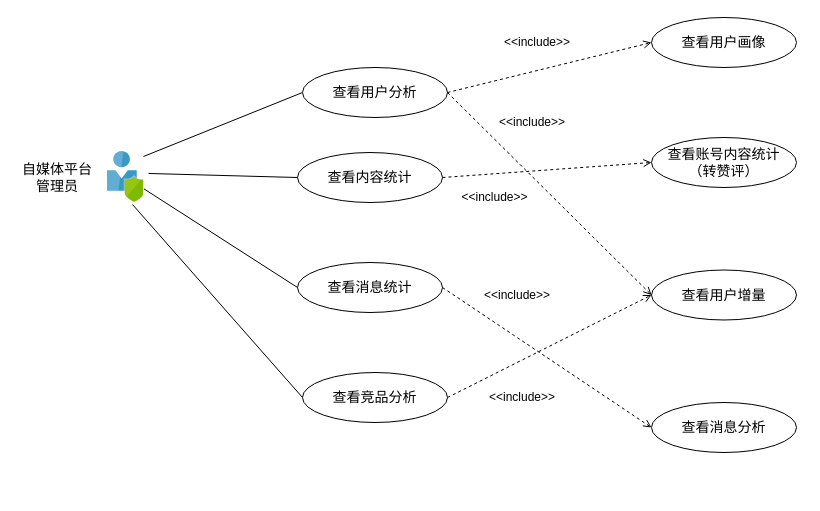
Above: 1-SoftwareRequirements/DataAnalysis/da_usercase.drawio in zan-press/diagram (draw.io), before the change. Source tidied: cells renumbered, new cells numbered last; positions are measured from the earlier drawing's top-left corner, leaving out a move shared by most shapes. Both pictures are drawn from the tidied source at 100%, with x=0, y=0 at pixel (17, 17).
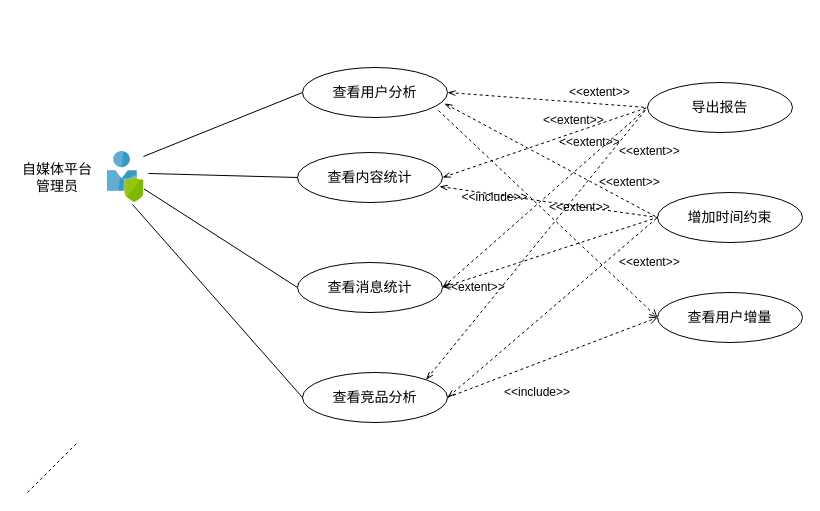
Above is the later version.

The change refers to these unchanged cells:
```xml
<mxCell id="6" value="查看用户分析" style="ellipse;whiteSpace=wrap;html=1;fontFamily=SF Mono;fontSize=14;" parent="1" vertex="1">
  <mxGeometry x="285" y="50" width="145" height="50" as="geometry" />
</mxCell>
<mxCell id="7" value="查看消息统计" style="ellipse;whiteSpace=wrap;html=1;fontFamily=SF Mono;fontSize=14;" parent="1" vertex="1">
  <mxGeometry x="280" y="245" width="145" height="50" as="geometry" />
</mxCell>
<mxCell id="8" value="查看内容统计" style="ellipse;whiteSpace=wrap;html=1;fontFamily=SF Mono;fontSize=14;" parent="1" vertex="1">
  <mxGeometry x="280" y="135" width="145" height="50" as="geometry" />
</mxCell>
<mxCell id="9" value="查看竞品分析" style="ellipse;whiteSpace=wrap;html=1;fontFamily=SF Mono;fontSize=14;" parent="1" vertex="1">
  <mxGeometry x="285" y="355" width="145" height="50" as="geometry" />
</mxCell>
```

What changed in the source:
```diff
@@
     <mxCell id="12" value="查看用户增量" style="ellipse;whiteSpace=wrap;html=1;fontFamily=SF Mono;fontSize=14;" parent="1" vertex="1">
-      <mxGeometry x="634" y="252.5" width="145" height="50" as="geometry" />
+      <mxGeometry x="640" y="275" width="145" height="50" as="geometry" />
     </mxCell>
-    <mxCell id="13" value="查看用户画像" style="ellipse;whiteSpace=wrap;html=1;fontFamily=SF Mono;fontSize=14;" parent="1" vertex="1">
-      <mxGeometry x="634" width="145" height="50" as="geometry" />
-    </mxCell>
-    <mxCell id="14" value="查看消息分析" style="ellipse;whiteSpace=wrap;html=1;fontFamily=SF Mono;fontSize=14;" parent="1" vertex="1">
-      <mxGeometry x="634" y="385" width="145" height="50" as="geometry" />
-    </mxCell>
-    <mxCell id="15" value="查看账号内容统计&lt;br&gt;（转赞评）" style="ellipse;whiteSpace=wrap;html=1;fontFamily=SF Mono;fontSize=14;" parent="1" vertex="1">
-      <mxGeometry x="634" y="120" width="145" height="50" as="geometry" />
-    </mxCell>
-    <mxCell id="16" style="endArrow=open;html=1;entryX=0;entryY=0.5;entryDx=0;entryDy=0;exitX=1;exitY=0.5;exitDx=0;exitDy=0;fontFamily=SF Mono;endFill=0;dashed=1;" parent="1" edge="1" source="6" target="13">
-      <mxGeometry relative="1" as="geometry" />
-    </mxCell>
-    <mxCell id="17" style="endArrow=open;html=1;exitX=1;exitY=0.5;exitDx=0;exitDy=0;entryX=0;entryY=0.5;entryDx=0;entryDy=0;fontFamily=SF Mono;endFill=0;dashed=1;" parent="1" edge="1" source="6" target="12">
+    <mxCell id="17" style="endArrow=open;html=1;exitX=0.938;exitY=0.86;exitDx=0;exitDy=0;entryX=0;entryY=0.5;entryDx=0;entryDy=0;fontFamily=SF Mono;endFill=0;dashed=1;exitPerimeter=0;" parent="1" edge="1" source="6" target="12">
       <mxGeometry relative="1" as="geometry" />
     </mxCell>
-    <mxCell id="18" style="endArrow=open;html=1;exitX=1;exitY=0.5;exitDx=0;exitDy=0;entryX=0;entryY=0.5;entryDx=0;entryDy=0;fontFamily=SF Mono;endFill=0;dashed=1;" parent="1" edge="1" source="8" target="15">
-      <mxGeometry relative="1" as="geometry" />
-    </mxCell>
-    <mxCell id="19" style="endArrow=open;html=1;exitX=1;exitY=0.5;exitDx=0;exitDy=0;entryX=0;entryY=0.5;entryDx=0;entryDy=0;fontFamily=SF Mono;endFill=0;dashed=1;" parent="1" edge="1" source="7" target="14">
-      <mxGeometry relative="1" as="geometry" />
-    </mxCell>
@@
-    <mxCell id="21" value="&amp;lt;&amp;lt;include&amp;gt;&amp;gt;" style="text;html=1;strokeColor=none;fillColor=none;align=center;verticalAlign=middle;whiteSpace=wrap;rounded=0;fontFamily=SF Mono;" parent="1" vertex="1">
-      <mxGeometry x="465" y="15" width="110" height="20" as="geometry" />
-    </mxCell>
-    <mxCell id="22" value="&amp;lt;&amp;lt;include&amp;gt;&amp;gt;" style="text;html=1;strokeColor=none;fillColor=none;align=center;verticalAlign=middle;whiteSpace=wrap;rounded=0;fontFamily=SF Mono;" parent="1" vertex="1">
-      <mxGeometry x="460" y="95" width="110" height="20" as="geometry" />
-    </mxCell>
@@
     <mxCell id="24" value="&amp;lt;&amp;lt;include&amp;gt;&amp;gt;" style="text;html=1;strokeColor=none;fillColor=none;align=center;verticalAlign=middle;whiteSpace=wrap;rounded=0;fontFamily=SF Mono;" parent="1" vertex="1">
-      <mxGeometry x="465" y="370" width="80" height="20" as="geometry" />
+      <mxGeometry x="480" y="365" width="80" height="20" as="geometry" />
     </mxCell>
-    <mxCell id="25" value="&amp;lt;&amp;lt;include&amp;gt;&amp;gt;" style="text;html=1;strokeColor=none;fillColor=none;align=center;verticalAlign=middle;whiteSpace=wrap;rounded=0;fontFamily=SF Mono;" parent="1" vertex="1">
-      <mxGeometry x="445" y="267.5" width="110" height="20" as="geometry" />
-    </mxCell>
+    <mxCell id="26" value="导出报告" style="ellipse;whiteSpace=wrap;html=1;fontFamily=SF Mono;fontSize=14;" parent="1" vertex="1">
+      <mxGeometry x="630" y="65" width="145" height="50" as="geometry" />
+    </mxCell>
+    <mxCell id="27" style="endArrow=none;dashed=1;html=1;" parent="1" edge="1">
+      <mxGeometry relative="1" as="geometry">
+        <mxPoint x="10" y="475" as="sourcePoint" />
+        <mxPoint x="60" y="425" as="targetPoint" />
+      </mxGeometry>
+    </mxCell>
+    <mxCell id="28" style="endArrow=none;dashed=1;html=1;entryX=0;entryY=0.5;entryDx=0;entryDy=0;startArrow=openThin;startFill=0;" parent="1" edge="1" target="26">
+      <mxGeometry relative="1" as="geometry">
+        <mxPoint x="430" y="75" as="sourcePoint" />
+      </mxGeometry>
+    </mxCell>
+    <mxCell id="29" style="endArrow=none;dashed=1;html=1;entryX=0;entryY=0.5;entryDx=0;entryDy=0;startArrow=openThin;startFill=0;exitX=1;exitY=0.5;exitDx=0;exitDy=0;" parent="1" edge="1" source="8" target="26">
+      <mxGeometry relative="1" as="geometry" />
+    </mxCell>
+    <mxCell id="30" style="endArrow=none;dashed=1;html=1;entryX=0;entryY=0.5;entryDx=0;entryDy=0;startArrow=openThin;startFill=0;exitX=1;exitY=0.5;exitDx=0;exitDy=0;" parent="1" edge="1" source="7" target="26">
+      <mxGeometry relative="1" as="geometry" />
+    </mxCell>
+    <mxCell id="31" style="endArrow=none;dashed=1;html=1;entryX=0;entryY=0.5;entryDx=0;entryDy=0;startArrow=openThin;startFill=0;exitX=1;exitY=0;exitDx=0;exitDy=0;" parent="1" edge="1" source="9" target="26">
+      <mxGeometry relative="1" as="geometry" />
+    </mxCell>
+    <mxCell id="32" value="增加时间约束" style="ellipse;whiteSpace=wrap;html=1;fontFamily=SF Mono;fontSize=14;" parent="1" vertex="1">
+      <mxGeometry x="640" y="175" width="145" height="50" as="geometry" />
+    </mxCell>
+    <mxCell id="33" style="endArrow=none;dashed=1;html=1;entryX=0;entryY=0.5;entryDx=0;entryDy=0;startArrow=openThin;startFill=0;exitX=1;exitY=0.5;exitDx=0;exitDy=0;" parent="1" edge="1" source="9" target="32">
+      <mxGeometry relative="1" as="geometry" />
+    </mxCell>
+    <mxCell id="34" style="endArrow=none;dashed=1;html=1;entryX=0;entryY=0.5;entryDx=0;entryDy=0;startArrow=openThin;startFill=0;exitX=1;exitY=0.5;exitDx=0;exitDy=0;" parent="1" edge="1" source="7" target="32">
+      <mxGeometry relative="1" as="geometry" />
+    </mxCell>
+    <mxCell id="35" style="endArrow=none;dashed=1;html=1;entryX=0;entryY=0.5;entryDx=0;entryDy=0;startArrow=openThin;startFill=0;exitX=0.979;exitY=0.68;exitDx=0;exitDy=0;exitPerimeter=0;" parent="1" edge="1" source="8" target="32">
+      <mxGeometry relative="1" as="geometry" />
+    </mxCell>
+    <mxCell id="36" style="endArrow=none;dashed=1;html=1;entryX=0;entryY=0.5;entryDx=0;entryDy=0;startArrow=openThin;startFill=0;exitX=0.979;exitY=0.72;exitDx=0;exitDy=0;exitPerimeter=0;" parent="1" edge="1" source="6" target="32">
+      <mxGeometry relative="1" as="geometry" />
+    </mxCell>
+    <mxCell id="37" value="&amp;lt;&amp;lt;extent&amp;gt;&amp;gt;&lt;br&gt;" style="text;html=1;align=left;verticalAlign=top;spacingTop=-4;" parent="1" vertex="1">
+      <mxGeometry x="550" y="65" width="80" height="20" as="geometry" />
+    </mxCell>
+    <mxCell id="38" value="&amp;lt;&amp;lt;extent&amp;gt;&amp;gt;&lt;br&gt;" style="text;html=1;align=left;verticalAlign=top;spacingTop=-4;" parent="1" vertex="1">
+      <mxGeometry x="540" y="115" width="80" height="20" as="geometry" />
+    </mxCell>
+    <mxCell id="39" value="&amp;lt;&amp;lt;extent&amp;gt;&amp;gt;&lt;br&gt;" style="text;html=1;align=left;verticalAlign=top;spacingTop=-4;" parent="1" vertex="1">
+      <mxGeometry x="524" y="92.5" width="80" height="20" as="geometry" />
+    </mxCell>
+    <mxCell id="40" value="&amp;lt;&amp;lt;extent&amp;gt;&amp;gt;&lt;br&gt;" style="text;html=1;align=left;verticalAlign=top;spacingTop=-4;" parent="1" vertex="1">
+      <mxGeometry x="600" y="124" width="80" height="20" as="geometry" />
+    </mxCell>
+    <mxCell id="41" value="&amp;lt;&amp;lt;extent&amp;gt;&amp;gt;&lt;br&gt;" style="text;html=1;align=left;verticalAlign=top;spacingTop=-4;" parent="1" vertex="1">
+      <mxGeometry x="580" y="155" width="80" height="20" as="geometry" />
+    </mxCell>
+    <mxCell id="42" value="&amp;lt;&amp;lt;extent&amp;gt;&amp;gt;&lt;br&gt;" style="text;html=1;align=left;verticalAlign=top;spacingTop=-4;" parent="1" vertex="1">
+      <mxGeometry x="530" y="180" width="80" height="20" as="geometry" />
+    </mxCell>
+    <mxCell id="43" value="&amp;lt;&amp;lt;extent&amp;gt;&amp;gt;&lt;br&gt;" style="text;html=1;align=left;verticalAlign=top;spacingTop=-4;" parent="1" vertex="1">
+      <mxGeometry x="600" y="235" width="80" height="20" as="geometry" />
+    </mxCell>
+    <mxCell id="44" value="&amp;lt;&amp;lt;extent&amp;gt;&amp;gt;&lt;br&gt;" style="text;html=1;align=left;verticalAlign=top;spacingTop=-4;" parent="1" vertex="1">
+      <mxGeometry x="425" y="260" width="80" height="20" as="geometry" />
+    </mxCell>
```
